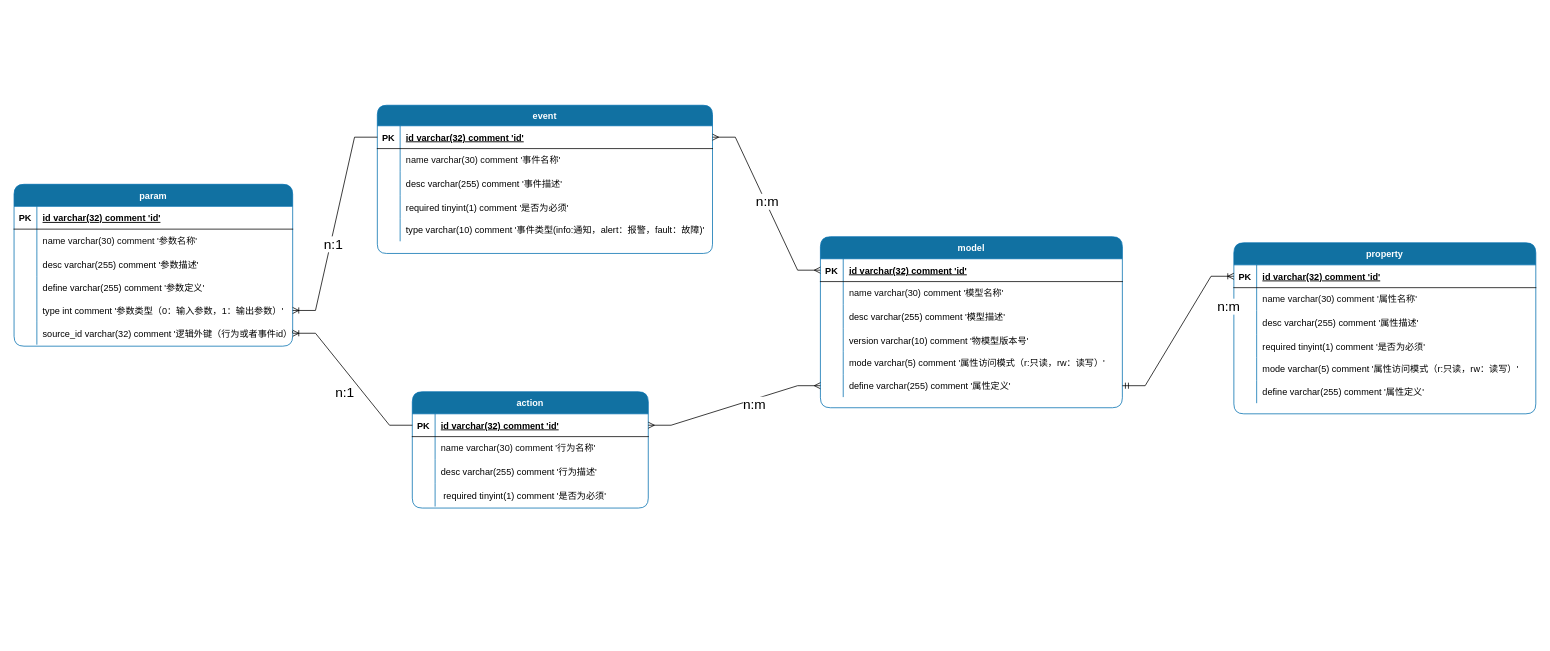
Above: 物模型.drawio in viking-wj/software (draw.io), before the change. Source tidied: cells renumbered, new cells numbered last; positions are measured from the earlier drawing's top-left corner, leaving out a move shared by most shapes. Both pictures are drawn from the tidied source at 76%, with x=0, y=0 at pixel (14, 105).
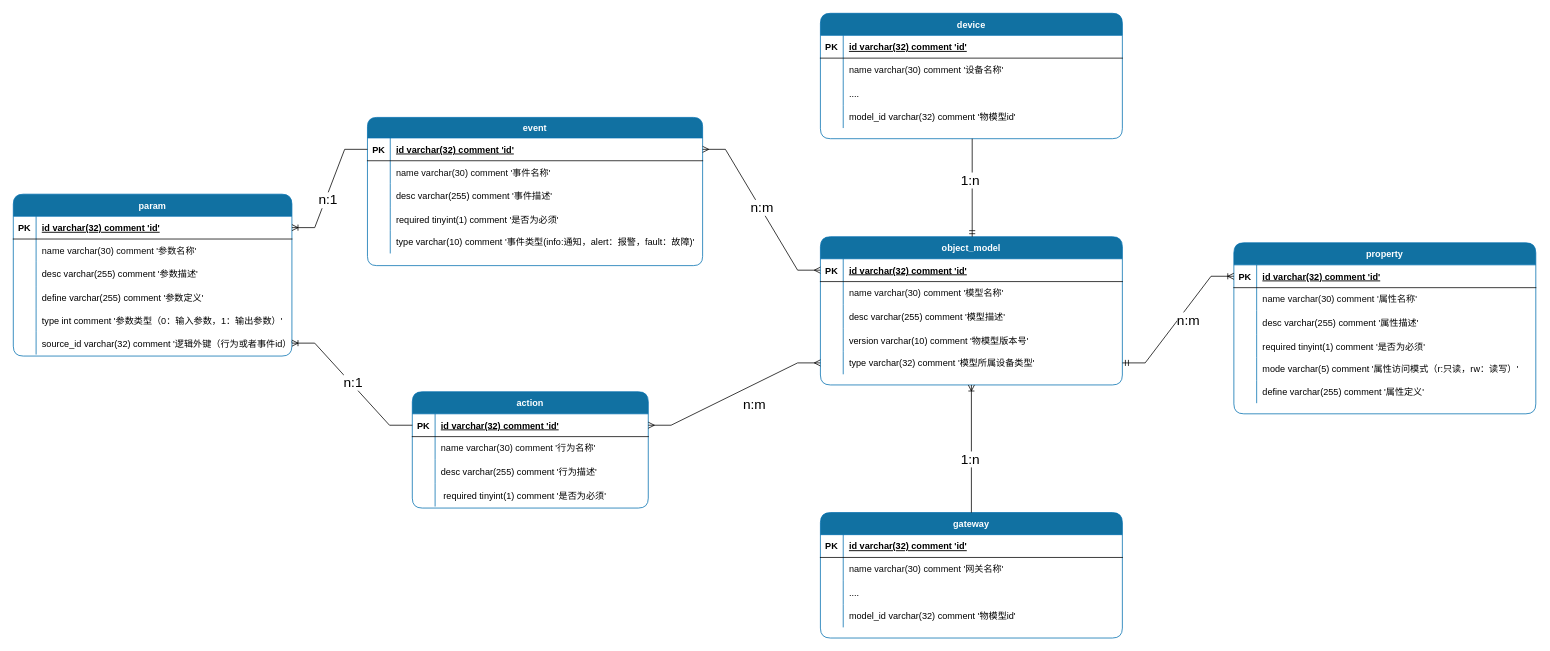
The same diagram, later.

Commit message:
更新物模型.drawio

Unchanged cells that the change refers to:
```xml
<mxCell id="3" style="shape=tableRow;horizontal=0;startSize=0;swimlaneHead=0;swimlaneBody=0;fillColor=none;points=[[0,0.5],[1,0.5]];portConstraint=eastwest;top=0;left=0;right=0;bottom=1;labelBackgroundColor=none;" parent="2" vertex="1">
  <mxGeometry y="29" width="310.5" height="30" as="geometry" />
</mxCell>
<mxCell id="16" style="shape=tableRow;horizontal=0;startSize=0;swimlaneHead=0;swimlaneBody=0;fillColor=none;points=[[0,0.5],[1,0.5]];portConstraint=eastwest;top=0;left=0;right=0;bottom=1;labelBackgroundColor=none;" parent="15" vertex="1">
  <mxGeometry y="29" width="366.6" height="30" as="geometry" />
</mxCell>
<mxCell id="28" style="shape=tableRow;horizontal=0;startSize=0;swimlaneHead=0;swimlaneBody=0;fillColor=none;points=[[0,0.5],[1,0.5]];portConstraint=eastwest;top=0;left=0;right=0;bottom=0;" parent="15" vertex="1">
  <mxGeometry y="151" width="366.6" height="30" as="geometry" />
</mxCell>
<mxCell id="35" style="shape=tableRow;horizontal=0;startSize=0;swimlaneHead=0;swimlaneBody=0;fillColor=none;points=[[0,0.5],[1,0.5]];portConstraint=eastwest;top=0;left=0;right=0;bottom=1;labelBackgroundColor=none;" parent="34" vertex="1">
  <mxGeometry y="27" width="441" height="30" as="geometry" />
</mxCell>
<mxCell id="51" style="shape=tableRow;horizontal=0;startSize=0;swimlaneHead=0;swimlaneBody=0;fillColor=none;points=[[0,0.5],[1,0.5]];portConstraint=eastwest;top=0;left=0;right=0;bottom=1;labelBackgroundColor=none;" parent="50" vertex="1">
  <mxGeometry y="29" width="397.3" height="30" as="geometry" />
</mxCell>
<mxCell id="82" style="shape=tableRow;horizontal=0;startSize=0;swimlaneHead=0;swimlaneBody=0;fillColor=none;points=[[0,0.5],[1,0.5]];portConstraint=eastwest;top=0;left=0;right=0;bottom=0;" parent="69" vertex="1">
  <mxGeometry y="151" width="397.3" height="30" as="geometry" />
</mxCell>
```

The edit, as a diff of the source:
```diff
@@
     <mxCell id="15" value="param" style="shape=table;startSize=29;childLayout=tableLayout;rowLines=0;fontStyle=1;align=center;labelBackgroundColor=none;fillColor=#1171a2;strokeColor=#006EAF;fontColor=#ffffff;rounded=1;swimlaneFillColor=none;" parent="1" vertex="1">
-      <mxGeometry y="104" width="366.6" height="213" as="geometry" />
+      <mxGeometry x="-1" y="117" width="366.6" height="213" as="geometry" />
     </mxCell>
@@
     <mxCell id="34" value="event" style="shape=table;startSize=27;childLayout=tableLayout;rowLines=0;fontStyle=1;align=center;labelBackgroundColor=none;fillColor=#1171a2;strokeColor=#006EAF;fontColor=#ffffff;rounded=1;swimlaneFillColor=none;" parent="1" vertex="1">
-      <mxGeometry x="478" width="441" height="195" as="geometry" />
+      <mxGeometry x="465" y="16" width="441" height="195" as="geometry" />
     </mxCell>
@@
-    <mxCell id="69" value="model" style="shape=table;startSize=29;childLayout=tableLayout;rowLines=0;fontStyle=1;align=center;labelBackgroundColor=none;fillColor=#1171a2;strokeColor=#006EAF;fontColor=#ffffff;rounded=1;swimlaneFillColor=none;" parent="1" vertex="1">
-      <mxGeometry x="1061" y="173" width="397.3" height="225" as="geometry" />
+    <mxCell id="69" value="object_model" style="shape=table;startSize=29;childLayout=tableLayout;rowLines=0;fontStyle=1;align=center;labelBackgroundColor=none;fillColor=#1171a2;strokeColor=#006EAF;fontColor=#ffffff;rounded=1;swimlaneFillColor=none;" parent="1" vertex="1">
+      <mxGeometry x="1061" y="173" width="397.3" height="195" as="geometry" />
     </mxCell>
@@
-    <mxCell id="84" value="mode varchar(5) comment '属性访问模式（r:只读，rw：读写）'" style="shape=partialRectangle;fillColor=none;top=0;left=0;bottom=0;right=0;align=left;spacingLeft=6;overflow=hidden;" parent="82" vertex="1">
+    <mxCell id="84" value="type varchar(32) comment '模型所属设备类型'" style="shape=partialRectangle;fillColor=none;top=0;left=0;bottom=0;right=0;align=left;spacingLeft=6;overflow=hidden;" parent="82" vertex="1">
       <mxGeometry x="30" width="367.3" height="30" as="geometry" />
     </mxCell>
-    <mxCell id="85" style="shape=tableRow;horizontal=0;startSize=0;swimlaneHead=0;swimlaneBody=0;fillColor=none;points=[[0,0.5],[1,0.5]];portConstraint=eastwest;top=0;left=0;right=0;bottom=0;" parent="69" vertex="1">
-      <mxGeometry y="181" width="397.3" height="30" as="geometry" />
-    </mxCell>
-    <mxCell id="86" style="shape=partialRectangle;fillColor=none;top=0;left=0;bottom=0;right=0;overflow=hidden;" parent="85" vertex="1">
-      <mxGeometry width="30" height="30" as="geometry" />
-    </mxCell>
-    <mxCell id="87" value="define varchar(255) comment '属性定义'" style="shape=partialRectangle;fillColor=none;top=0;left=0;bottom=0;right=0;align=left;spacingLeft=6;overflow=hidden;" parent="85" vertex="1">
-      <mxGeometry x="30" width="367.3" height="30" as="geometry" />
-    </mxCell>
@@
-    <mxCell id="89" style="edgeStyle=entityRelationEdgeStyle;fontSize=12;html=1;endArrow=ERoneToMany;rounded=0;entryX=1;entryY=0.5;entryDx=0;entryDy=0;exitX=0;exitY=0.5;exitDx=0;exitDy=0;" parent="1" edge="1" source="35" target="28">
+    <mxCell id="89" style="edgeStyle=entityRelationEdgeStyle;fontSize=12;html=1;endArrow=ERoneToMany;rounded=0;entryX=1;entryY=0.5;entryDx=0;entryDy=0;exitX=0;exitY=0.5;exitDx=0;exitDy=0;" parent="1" edge="1" source="35" target="16">
       <mxGeometry relative="1" as="geometry" />
     </mxCell>
@@
-    <mxCell id="91" style="edgeStyle=entityRelationEdgeStyle;fontSize=12;html=1;endArrow=ERmany;startArrow=ERmany;rounded=0;entryX=0;entryY=0.5;entryDx=0;entryDy=0;exitX=1;exitY=0.5;exitDx=0;exitDy=0;" parent="1" edge="1" source="3" target="85">
+    <mxCell id="91" style="edgeStyle=entityRelationEdgeStyle;fontSize=12;html=1;endArrow=ERmany;startArrow=ERmany;rounded=0;entryX=0;entryY=0.5;entryDx=0;entryDy=0;exitX=1;exitY=0.5;exitDx=0;exitDy=0;" parent="1" edge="1" source="3" target="82">
       <mxGeometry relative="1" as="geometry" />
     </mxCell>
-    <mxCell id="92" style="edgeStyle=entityRelationEdgeStyle;fontSize=12;html=1;endArrow=ERoneToMany;startArrow=ERmandOne;rounded=0;entryX=0;entryY=0.5;entryDx=0;entryDy=0;exitX=1;exitY=0.5;exitDx=0;exitDy=0;" parent="1" edge="1" source="85" target="51">
+    <mxCell id="92" style="edgeStyle=entityRelationEdgeStyle;fontSize=12;html=1;endArrow=ERoneToMany;startArrow=ERmandOne;rounded=0;entryX=0;entryY=0.5;entryDx=0;entryDy=0;" parent="1" edge="1" source="82" target="51">
       <mxGeometry relative="1" as="geometry" />
     </mxCell>
     <mxCell id="93" value="n:1" style="edgeLabel;html=1;align=center;verticalAlign=middle;fontSize=18;" parent="1" vertex="1">
-      <mxGeometry x="394" y="239" as="geometry">
+      <mxGeometry x="405" y="226" as="geometry">
         <mxPoint x="40" y="138" as="offset" />
       </mxGeometry>
     </mxCell>
@@
     <mxCell id="97" value="n:m" style="edgeLabel;html=1;align=center;verticalAlign=middle;fontSize=18;" parent="1" vertex="1">
-      <mxGeometry x="1597" y="264" as="geometry" />
+      <mxGeometry x="1597" y="264" as="geometry">
+        <mxPoint x="-53" y="18" as="offset" />
+      </mxGeometry>
     </mxCell>
+    <mxCell id="98" value="device" style="shape=table;startSize=29;childLayout=tableLayout;rowLines=0;fontStyle=1;align=center;labelBackgroundColor=none;fillColor=#1171a2;strokeColor=#006EAF;fontColor=#ffffff;rounded=1;swimlaneFillColor=none;" parent="1" vertex="1">
+      <mxGeometry x="1061" y="-121" width="397.3" height="165" as="geometry" />
+    </mxCell>
+    <mxCell id="99" style="shape=tableRow;horizontal=0;startSize=0;swimlaneHead=0;swimlaneBody=0;fillColor=none;top=0;left=0;right=0;bottom=1;labelBackgroundColor=none;" parent="98" vertex="1">
+      <mxGeometry y="29" width="397.3" height="30" as="geometry" />
+    </mxCell>
+    <mxCell id="100" value="PK" style="shape=partialRectangle;fillColor=none;top=0;left=0;bottom=0;right=0;fontStyle=1;overflow=hidden;labelBackgroundColor=none;" parent="99" vertex="1">
+      <mxGeometry width="30" height="30" as="geometry" />
+    </mxCell>
+    <mxCell id="101" value="id varchar(32) comment 'id'" style="shape=partialRectangle;fillColor=none;top=0;left=0;bottom=0;right=0;align=left;spacingLeft=6;fontStyle=5;overflow=hidden;labelBackgroundColor=none;" parent="99" vertex="1">
+      <mxGeometry x="30" width="367.3" height="30" as="geometry" />
+    </mxCell>
+    <mxCell id="102" style="shape=tableRow;horizontal=0;startSize=0;swimlaneHead=0;swimlaneBody=0;fillColor=none;top=0;left=0;right=0;bottom=0;labelBorderColor=none;fontColor=#0a0a0a;" parent="98" vertex="1">
+      <mxGeometry y="59" width="397.3" height="30" as="geometry" />
+    </mxCell>
+    <mxCell id="103" style="shape=partialRectangle;fillColor=none;top=0;left=0;bottom=0;right=0;overflow=hidden;labelBorderColor=none;fontColor=#0a0a0a;" parent="102" vertex="1">
+      <mxGeometry width="30" height="30" as="geometry" />
+    </mxCell>
+    <mxCell id="104" value="name varchar(30) comment '设备名称'" style="shape=partialRectangle;fillColor=none;top=0;left=0;bottom=0;right=0;align=left;spacingLeft=6;overflow=hidden;labelBorderColor=none;fontColor=#0a0a0a;" parent="102" vertex="1">
+      <mxGeometry x="30" width="367.3" height="30" as="geometry" />
+    </mxCell>
+    <mxCell id="105" style="shape=tableRow;horizontal=0;startSize=0;swimlaneHead=0;swimlaneBody=0;fillColor=none;top=0;left=0;right=0;bottom=0;labelBackgroundColor=none;" parent="98" vertex="1">
+      <mxGeometry y="89" width="397.3" height="32" as="geometry" />
+    </mxCell>
+    <mxCell id="106" style="shape=partialRectangle;fillColor=none;top=0;left=0;bottom=0;right=0;overflow=hidden;labelBackgroundColor=none;" parent="105" vertex="1">
+      <mxGeometry width="30" height="32" as="geometry" />
+    </mxCell>
+    <mxCell id="107" value="...." style="shape=partialRectangle;fillColor=none;top=0;left=0;bottom=0;right=0;align=left;spacingLeft=6;overflow=hidden;labelBackgroundColor=none;" parent="105" vertex="1">
+      <mxGeometry x="30" width="367.3" height="32" as="geometry" />
+    </mxCell>
+    <mxCell id="108" style="shape=tableRow;horizontal=0;startSize=0;swimlaneHead=0;swimlaneBody=0;fillColor=none;top=0;left=0;right=0;bottom=0;" parent="98" vertex="1">
+      <mxGeometry y="121" width="397.3" height="30" as="geometry" />
+    </mxCell>
+    <mxCell id="109" style="shape=partialRectangle;fillColor=none;top=0;left=0;bottom=0;right=0;overflow=hidden;" parent="108" vertex="1">
+      <mxGeometry width="30" height="30" as="geometry" />
+    </mxCell>
+    <mxCell id="110" value="model_id varchar(32) comment '物模型id'" style="shape=partialRectangle;fillColor=none;top=0;left=0;bottom=0;right=0;align=left;spacingLeft=6;overflow=hidden;" parent="108" vertex="1">
+      <mxGeometry x="30" width="367.3" height="30" as="geometry" />
+    </mxCell>
+    <mxCell id="111" value="gateway" style="shape=table;startSize=29;childLayout=tableLayout;rowLines=0;fontStyle=1;align=center;labelBackgroundColor=none;fillColor=#1171a2;strokeColor=#006EAF;fontColor=#ffffff;rounded=1;swimlaneFillColor=none;" parent="1" vertex="1">
+      <mxGeometry x="1061" y="536" width="397.3" height="165" as="geometry" />
+    </mxCell>
+    <mxCell id="112" style="shape=tableRow;horizontal=0;startSize=0;swimlaneHead=0;swimlaneBody=0;fillColor=none;top=0;left=0;right=0;bottom=1;labelBackgroundColor=none;" parent="111" vertex="1">
+      <mxGeometry y="29" width="397.3" height="30" as="geometry" />
+    </mxCell>
+    <mxCell id="113" value="PK" style="shape=partialRectangle;fillColor=none;top=0;left=0;bottom=0;right=0;fontStyle=1;overflow=hidden;labelBackgroundColor=none;" parent="112" vertex="1">
+      <mxGeometry width="30" height="30" as="geometry" />
+    </mxCell>
+    <mxCell id="114" value="id varchar(32) comment 'id'" style="shape=partialRectangle;fillColor=none;top=0;left=0;bottom=0;right=0;align=left;spacingLeft=6;fontStyle=5;overflow=hidden;labelBackgroundColor=none;" parent="112" vertex="1">
+      <mxGeometry x="30" width="367.3" height="30" as="geometry" />
+    </mxCell>
+    <mxCell id="115" style="shape=tableRow;horizontal=0;startSize=0;swimlaneHead=0;swimlaneBody=0;fillColor=none;top=0;left=0;right=0;bottom=0;labelBorderColor=none;fontColor=#0a0a0a;" parent="111" vertex="1">
+      <mxGeometry y="59" width="397.3" height="30" as="geometry" />
+    </mxCell>
+    <mxCell id="116" style="shape=partialRectangle;fillColor=none;top=0;left=0;bottom=0;right=0;overflow=hidden;labelBorderColor=none;fontColor=#0a0a0a;" parent="115" vertex="1">
+      <mxGeometry width="30" height="30" as="geometry" />
+    </mxCell>
+    <mxCell id="117" value="name varchar(30) comment '网关名称'" style="shape=partialRectangle;fillColor=none;top=0;left=0;bottom=0;right=0;align=left;spacingLeft=6;overflow=hidden;labelBorderColor=none;fontColor=#0a0a0a;" parent="115" vertex="1">
+      <mxGeometry x="30" width="367.3" height="30" as="geometry" />
+    </mxCell>
+    <mxCell id="118" style="shape=tableRow;horizontal=0;startSize=0;swimlaneHead=0;swimlaneBody=0;fillColor=none;top=0;left=0;right=0;bottom=0;labelBackgroundColor=none;" parent="111" vertex="1">
+      <mxGeometry y="89" width="397.3" height="32" as="geometry" />
+    </mxCell>
+    <mxCell id="119" style="shape=partialRectangle;fillColor=none;top=0;left=0;bottom=0;right=0;overflow=hidden;labelBackgroundColor=none;" parent="118" vertex="1">
+      <mxGeometry width="30" height="32" as="geometry" />
+    </mxCell>
+    <mxCell id="120" value="...." style="shape=partialRectangle;fillColor=none;top=0;left=0;bottom=0;right=0;align=left;spacingLeft=6;overflow=hidden;labelBackgroundColor=none;" parent="118" vertex="1">
+      <mxGeometry x="30" width="367.3" height="32" as="geometry" />
+    </mxCell>
+    <mxCell id="121" style="shape=tableRow;horizontal=0;startSize=0;swimlaneHead=0;swimlaneBody=0;fillColor=none;top=0;left=0;right=0;bottom=0;" parent="111" vertex="1">
+      <mxGeometry y="121" width="397.3" height="30" as="geometry" />
+    </mxCell>
+    <mxCell id="122" style="shape=partialRectangle;fillColor=none;top=0;left=0;bottom=0;right=0;overflow=hidden;" parent="121" vertex="1">
+      <mxGeometry width="30" height="30" as="geometry" />
+    </mxCell>
+    <mxCell id="123" value="model_id varchar(32) comment '物模型id'" style="shape=partialRectangle;fillColor=none;top=0;left=0;bottom=0;right=0;align=left;spacingLeft=6;overflow=hidden;" parent="121" vertex="1">
+      <mxGeometry x="30" width="367.3" height="30" as="geometry" />
+    </mxCell>
+    <mxCell id="124" style="fontSize=12;html=1;endArrow=ERoneToMany;rounded=0;entryX=0.5;entryY=1;entryDx=0;entryDy=0;exitX=0.5;exitY=0;exitDx=0;exitDy=0;" parent="1" edge="1" source="111" target="69">
+      <mxGeometry relative="1" as="geometry" />
+    </mxCell>
+    <mxCell id="125" style="fontSize=12;html=1;endArrow=ERmandOne;rounded=0;exitX=0.5;exitY=1;exitDx=0;exitDy=0;entryX=0.5;entryY=0;entryDx=0;entryDy=0;" parent="1" edge="1">
+      <mxGeometry relative="1" as="geometry">
+        <mxPoint x="1260.7" y="44" as="sourcePoint" />
+        <mxPoint x="1260.7" y="173" as="targetPoint" />
+      </mxGeometry>
+    </mxCell>
+    <mxCell id="126" value="1:n" style="edgeLabel;html=1;align=center;verticalAlign=middle;fontSize=18;" parent="125" vertex="1">
+      <mxGeometry x="-0.23" y="2" relative="1" as="geometry">
+        <mxPoint x="-5" y="4" as="offset" />
+      </mxGeometry>
+    </mxCell>
+    <mxCell id="127" value="1:n" style="edgeLabel;html=1;align=center;verticalAlign=middle;fontSize=18;" parent="1" vertex="1">
+      <mxGeometry x="1256" y="477" as="geometry">
+        <mxPoint x="1" y="-12" as="offset" />
+      </mxGeometry>
+    </mxCell>
```
